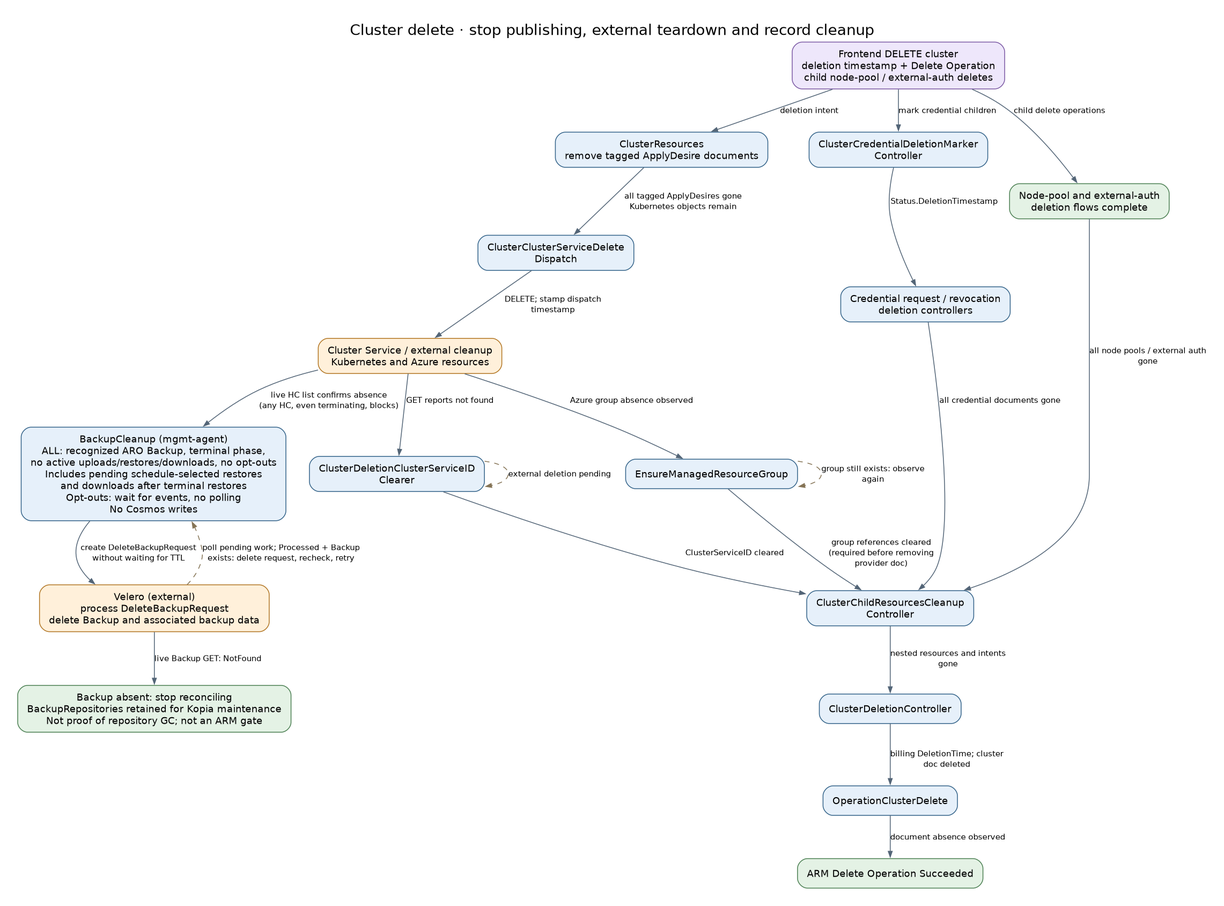
Azure/ARO-HCP keeps this Graphviz diagram as docs/diagrams/controller-flows/cluster-delete.png. Above is the earlier version. Its source is kept beside it as docs/diagrams/controller-flows/cluster-delete.dot. Its diagram source:
```dot
digraph cluster_delete {
  graph [rankdir=TB, bgcolor="white", pad="0.3", nodesep="0.4", ranksep="0.55", fontname="DejaVu Sans", fontsize=18, labelloc=t, label="Cluster delete · stop publishing, external teardown and record cleanup", dpi=110];
  node [shape=box, style="rounded,filled", fillcolor="#e6f0fa", color="#35648a", fontname="DejaVu Sans", fontsize=12, margin="0.16,0.10"];
  edge [color="#536577", fontname="DejaVu Sans", fontsize=10, arrowsize=0.7];
  delete [label="Frontend DELETE cluster\ndeletion timestamp + Delete Operation\nchild node-pool / external-auth deletes", fillcolor="#eee7fb", color="#7b59a4"];
  resources [label="ClusterResources\nremove tagged ApplyDesire documents", fillcolor="#e6f0fa", color="#35648a"];
  dispatch [label="ClusterClusterServiceDelete\nDispatch", fillcolor="#e6f0fa", color="#35648a"];
  cs [label="Cluster Service / external cleanup\nKubernetes and Azure resources", fillcolor="#fff0da", color="#b27624"];
  clear [label="ClusterDeletionClusterServiceID\nClearer", fillcolor="#e6f0fa", color="#35648a"];
  marker [label="ClusterCredentialDeletionMarker\nController", fillcolor="#e6f0fa", color="#35648a"];
  credentials [label="Credential request / revocation\ndeletion controllers", fillcolor="#e6f0fa", color="#35648a"];
  children [label="Node-pool and external-auth\ndeletion flows complete", fillcolor="#e4f2e5", color="#4c8053"];
  group [label="EnsureManagedResourceGroup", fillcolor="#e6f0fa", color="#35648a"];
  cleanup [label="ClusterChildResourcesCleanup\nController", fillcolor="#e6f0fa", color="#35648a"];
  final [label="ClusterDeletionController", fillcolor="#e6f0fa", color="#35648a"];
  op [label="OperationClusterDelete", fillcolor="#e6f0fa", color="#35648a"];
  done [label="ARM Delete Operation Succeeded", fillcolor="#e4f2e5", color="#4c8053"];
  backups [label="BackupCleanup (mgmt-agent)\nALL: recognized ARO Backup, terminal phase,\nno active uploads/restores/downloads, no opt-outs\nIncludes pending schedule-selected restores\nand downloads after terminal restores\nOpt-outs: wait for events, no polling\nNo Cosmos writes", fillcolor="#e6f0fa", color="#35648a"];
  velero [label="Velero (external)\nprocess DeleteBackupRequest\ndelete Backup and associated backup data", fillcolor="#fff0da", color="#b27624"];
  retained [label="Backup absent: stop reconciling\nBackupRepositories retained for Kopia maintenance\nNot proof of repository GC; not an ARM gate", fillcolor="#e4f2e5", color="#4c8053"];
  delete -> resources [label="deletion intent"];
  resources -> dispatch [label="all tagged ApplyDesires gone\nKubernetes objects remain"];
  dispatch -> cs [label="DELETE; stamp dispatch\ntimestamp"];
  cs -> clear [label="GET reports not found"];
  cs -> backups [label="live HC list confirms absence\n(any HC, even terminating, blocks)"];
  backups -> velero [label="create DeleteBackupRequest\nwithout waiting for TTL"];
  velero -> backups [label="poll pending work; Processed + Backup\nexists: delete request, recheck, retry", style=dashed, color="#857456"];
  velero -> retained [label="live Backup GET: NotFound"];
  delete -> marker [label="mark credential children"];
  marker -> credentials [label="Status.DeletionTimestamp"];
  delete -> children [label="child delete operations"];
  cs -> group [label="Azure group absence observed"];
  clear -> cleanup [label="ClusterServiceID cleared"];
  credentials -> cleanup [label="all credential documents gone"];
  children -> cleanup [label="all node pools / external auth\ngone"];
  group -> cleanup [label="group references cleared\n(required before removing\nprovider doc)"];
  cleanup -> final [label="nested resources and intents\ngone"];
  final -> op [label="billing DeletionTime; cluster\ndoc deleted"];
  op -> done [label="document absence observed"];
  clear -> clear [label="external deletion pending", style=dashed, color="#857456", constraint=false];
  group -> group [label="group still exists: observe\nagain", style=dashed, color="#857456", constraint=false];
}
```
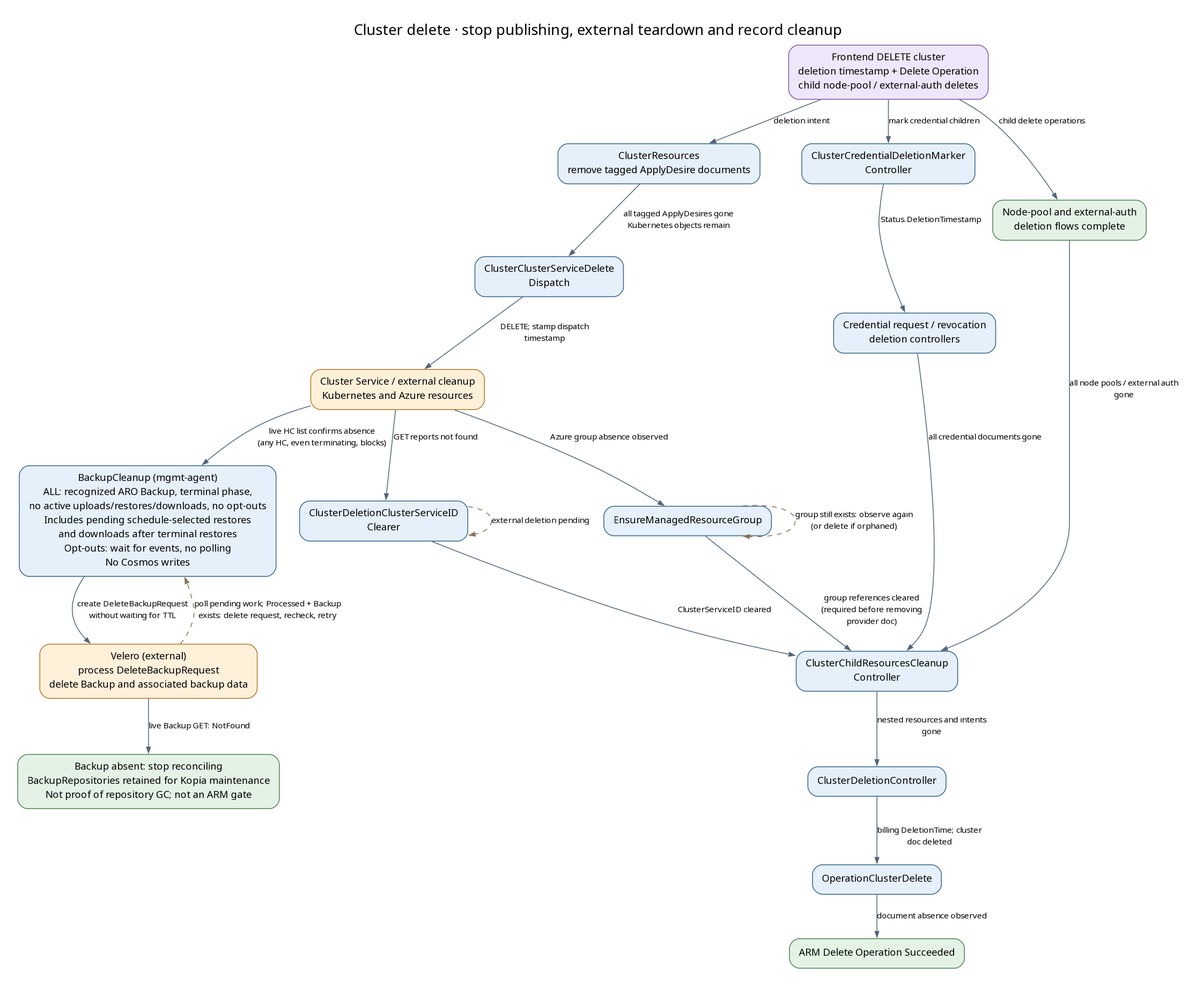
After the change.

Commit message:
feat: delete mrg upon completed cs cluster deletion if orphaned

What changed in the source:
```diff
@@ -38,5 +38,5 @@
   final -> op [label="billing DeletionTime; cluster\ndoc deleted"];
   op -> done [label="document absence observed"];
   clear -> clear [label="external deletion pending", style=dashed, color="#857456", constraint=false];
-  group -> group [label="group still exists: observe\nagain", style=dashed, color="#857456", constraint=false];
+  group -> group [label="group still exists: observe again\n(or delete if orphaned)", style=dashed, color="#857456", constraint=false];
 }
```
